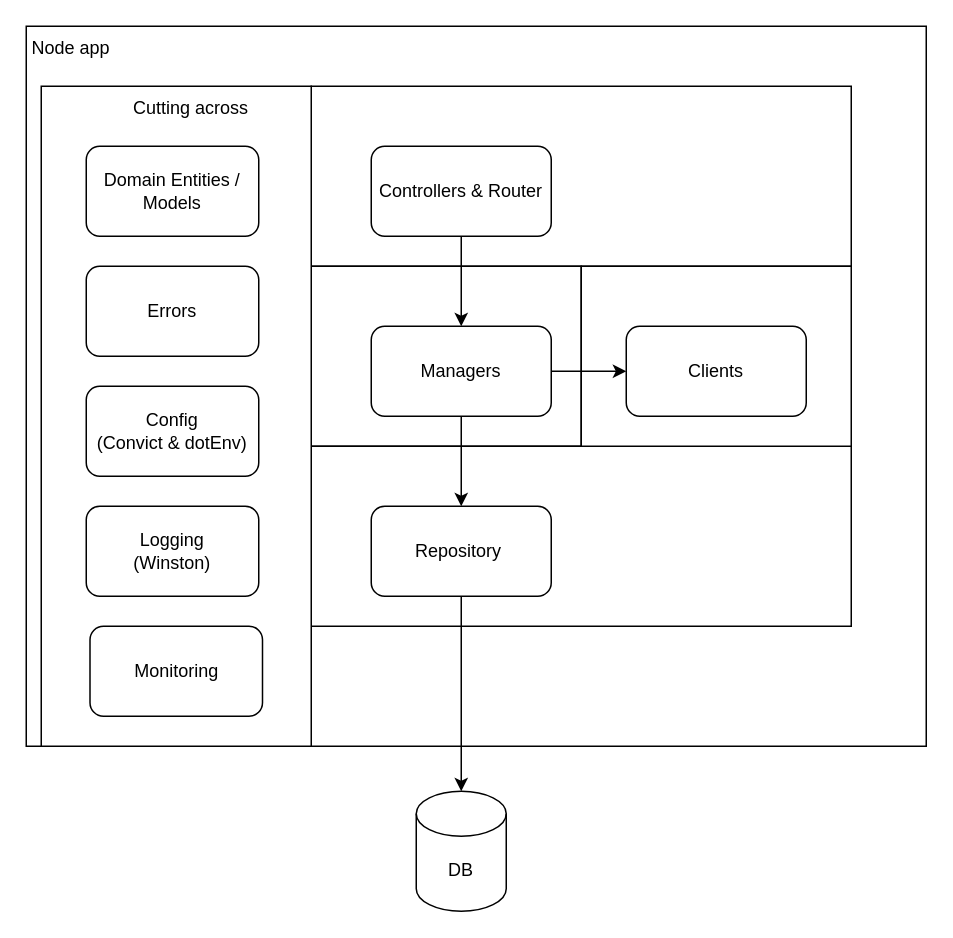
Earlier version of the draw.io diagram doc/beSystemDesign.drawio.xml (sriramsundhar/express-api). Source tidied: cells renumbered, new cells numbered last; positions are measured from the earlier drawing's top-left corner, leaving out a move shared by most shapes. Both pictures are drawn from the tidied source at 150%, with x=0, y=0 at pixel (26, 26).
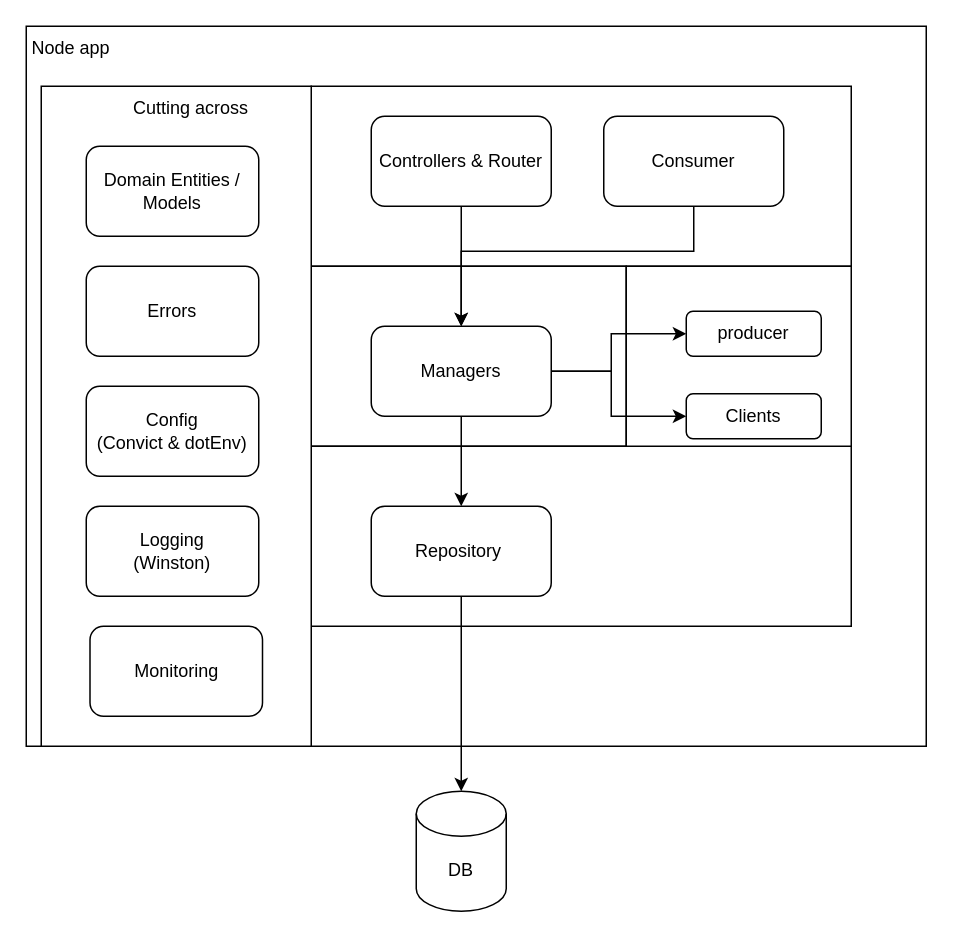
The same page after the edit.

The change refers to these unchanged cells:
```xml
<mxCell id="12" value="Managers" style="rounded=1;whiteSpace=wrap;html=1;" parent="1" vertex="1">
  <mxGeometry x="230" y="200" width="120" height="60" as="geometry" />
</mxCell>
```

Change to the diagram source:
```diff
@@
+    <mxCell id="6" style="rounded=0;whiteSpace=wrap;html=1;fillColor=none;" parent="1" vertex="1">
+      <mxGeometry width="600" height="480" as="geometry" />
+    </mxCell>
@@
     <mxCell id="3" style="rounded=0;whiteSpace=wrap;html=1;" parent="1" vertex="1">
-      <mxGeometry x="190" y="160" width="180" height="120" as="geometry" />
+      <mxGeometry x="190" y="160" width="210" height="120" as="geometry" />
     </mxCell>
@@
     <mxCell id="5" style="rounded=0;whiteSpace=wrap;html=1;" parent="1" vertex="1">
-      <mxGeometry x="370" y="160" width="180" height="120" as="geometry" />
+      <mxGeometry x="400" y="160" width="150" height="120" as="geometry" />
     </mxCell>
-    <mxCell id="6" style="rounded=0;whiteSpace=wrap;html=1;fillColor=none;" parent="1" vertex="1">
-      <mxGeometry width="600" height="480" as="geometry" />
-    </mxCell>
@@
     <mxCell id="9" value="Controllers &amp;amp; Router" style="rounded=1;whiteSpace=wrap;html=1;" parent="1" vertex="1">
-      <mxGeometry x="230" y="80" width="120" height="60" as="geometry" />
+      <mxGeometry x="230" y="60" width="120" height="60" as="geometry" />
     </mxCell>
@@
     <mxCell id="11" style="edgeStyle=orthogonalEdgeStyle;rounded=0;jettySize=auto;html=1;" parent="1" edge="1" source="12" target="16">
-      <mxGeometry relative="1" as="geometry" />
+      <mxGeometry relative="1" as="geometry">
+        <Array as="points">
+          <mxPoint x="390" y="230" />
+          <mxPoint x="390" y="260" />
+        </Array>
+      </mxGeometry>
     </mxCell>
@@
     <mxCell id="16" value="Clients" style="rounded=1;whiteSpace=wrap;html=1;" parent="1" vertex="1">
-      <mxGeometry x="400" y="200" width="120" height="60" as="geometry" />
+      <mxGeometry x="440" y="245" width="90" height="30" as="geometry" />
     </mxCell>
@@
+    <mxCell id="24" value="Consumer" style="rounded=1;whiteSpace=wrap;html=1;" parent="1" vertex="1">
+      <mxGeometry x="385" y="60" width="120" height="60" as="geometry" />
+    </mxCell>
+    <mxCell id="25" value="producer" style="rounded=1;whiteSpace=wrap;html=1;" parent="1" vertex="1">
+      <mxGeometry x="440" y="190" width="90" height="30" as="geometry" />
+    </mxCell>
+    <mxCell id="26" style="edgeStyle=orthogonalEdgeStyle;rounded=0;jettySize=auto;html=1;entryX=0;entryY=0.5;entryDx=0;entryDy=0;" parent="1" edge="1" target="25">
+      <mxGeometry relative="1" as="geometry">
+        <mxPoint x="350" y="230" as="sourcePoint" />
+        <Array as="points">
+          <mxPoint x="390" y="230" />
+          <mxPoint x="390" y="205" />
+        </Array>
+      </mxGeometry>
+    </mxCell>
+    <mxCell id="27" style="edgeStyle=orthogonalEdgeStyle;rounded=0;jettySize=auto;html=1;entryX=0.5;entryY=0;entryDx=0;entryDy=0;exitX=0.5;exitY=1;exitDx=0;exitDy=0;" parent="1" edge="1" source="24" target="12">
+      <mxGeometry relative="1" as="geometry">
+        <Array as="points">
+          <mxPoint x="445" y="150" />
+          <mxPoint x="290" y="150" />
+        </Array>
+      </mxGeometry>
+    </mxCell>
```
